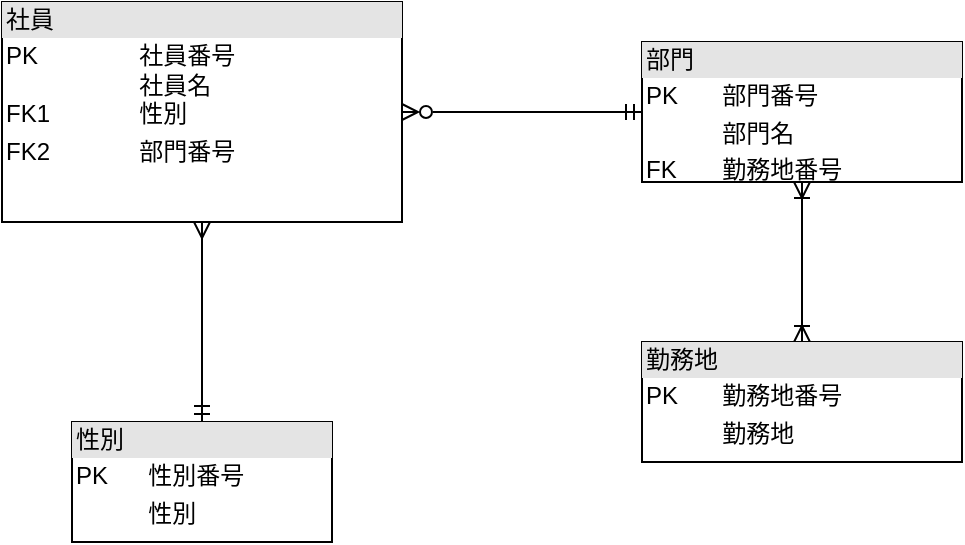
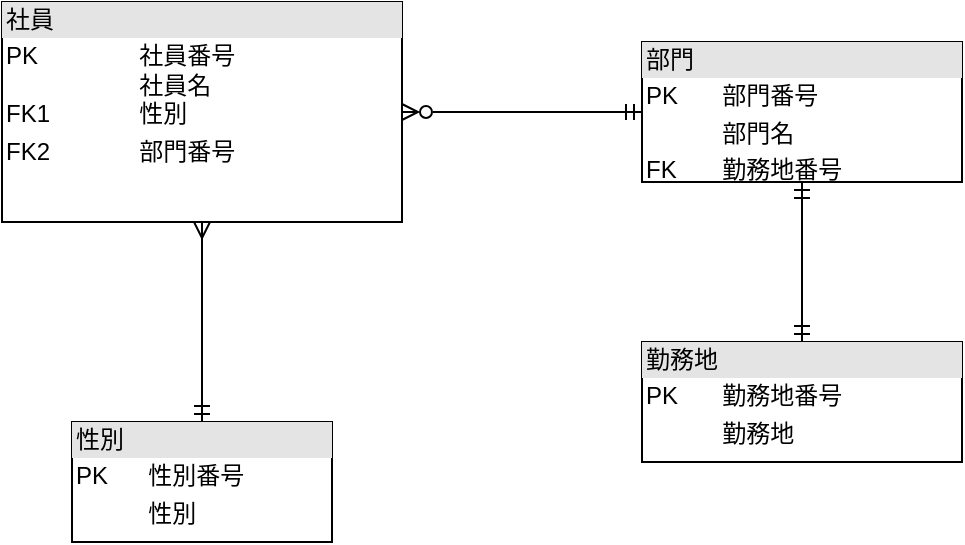
<mxfile host="65bd71144e">
    <diagram id="aHWPeN6R_muNe1XyTK9s" name="ページ1">
        <mxGraphModel dx="469" dy="441" grid="1" gridSize="10" guides="1" tooltips="1" connect="1" arrows="1" fold="1" page="1" pageScale="1" pageWidth="827" pageHeight="1169" math="0" shadow="0">
            <root>
                <mxCell id="0"/>
                <mxCell id="1" parent="0"/>
                <mxCell id="15" style="edgeStyle=none;html=1;exitX=1;exitY=0.5;exitDx=0;exitDy=0;entryX=0;entryY=0.5;entryDx=0;entryDy=0;startArrow=ERzeroToMany;startFill=0;endArrow=ERmandOne;endFill=0;" parent="1" source="13" target="14" edge="1">
                    <mxGeometry relative="1" as="geometry"/>
                </mxCell>
                <mxCell id="19" value="" style="edgeStyle=none;html=1;endArrow=ERmandOne;endFill=0;startArrow=ERmany;startFill=0;" parent="1" source="13" target="18" edge="1">
                    <mxGeometry relative="1" as="geometry"/>
                </mxCell>
                <mxCell id="13" value="&lt;div style=&quot;box-sizing: border-box; width: 100%; background: rgb(228, 228, 228); padding: 2px;&quot;&gt;社員&lt;/div&gt;&lt;table style=&quot;width:100%;font-size:1em;&quot; cellpadding=&quot;2&quot; cellspacing=&quot;0&quot;&gt;&lt;tbody&gt;&lt;tr&gt;&lt;td&gt;PK&lt;br&gt;&lt;br&gt;FK1&lt;/td&gt;&lt;td&gt;社員番号&lt;br&gt;社員名&lt;br&gt;性別&lt;/td&gt;&lt;/tr&gt;&lt;tr&gt;&lt;td&gt;FK2&lt;/td&gt;&lt;td&gt;部門番号&lt;br&gt;&lt;/td&gt;&lt;/tr&gt;&lt;tr&gt;&lt;td&gt;&lt;/td&gt;&lt;td&gt;&lt;br&gt;&lt;/td&gt;&lt;/tr&gt;&lt;/tbody&gt;&lt;/table&gt;" style="verticalAlign=top;align=left;overflow=fill;html=1;whiteSpace=wrap;" parent="1" vertex="1">
                    <mxGeometry x="60" y="130" width="200" height="110" as="geometry"/>
                </mxCell>
-                 <mxCell id="21" value="" style="edgeStyle=none;html=1;startArrow=ERoneToMany;startFill=0;endArrow=ERoneToMany;endFill=0;" edge="1" parent="1" source="14" target="20">
+                 <mxCell id="21" value="" style="edgeStyle=none;html=1;startArrow=ERmandOne;startFill=0;endArrow=ERmandOne;endFill=0;" edge="1" parent="1" source="14" target="20">
                    <mxGeometry relative="1" as="geometry"/>
                </mxCell>
                <mxCell id="14" value="&lt;div style=&quot;box-sizing: border-box; width: 100%; background: rgb(228, 228, 228); padding: 2px;&quot;&gt;部門&lt;/div&gt;&lt;table style=&quot;width:100%;font-size:1em;&quot; cellpadding=&quot;2&quot; cellspacing=&quot;0&quot;&gt;&lt;tbody&gt;&lt;tr&gt;&lt;td&gt;PK&lt;/td&gt;&lt;td&gt;部門番号&lt;/td&gt;&lt;/tr&gt;&lt;tr&gt;&lt;td&gt;&lt;br&gt;&lt;/td&gt;&lt;td&gt;部門名&lt;/td&gt;&lt;/tr&gt;&lt;tr&gt;&lt;td&gt;FK&lt;/td&gt;&lt;td&gt;勤務地番号&lt;/td&gt;&lt;/tr&gt;&lt;/tbody&gt;&lt;/table&gt;" style="verticalAlign=top;align=left;overflow=fill;html=1;whiteSpace=wrap;" parent="1" vertex="1">
                    <mxGeometry x="380" y="150" width="160" height="70" as="geometry"/>
                </mxCell>
                <mxCell id="18" value="&lt;div style=&quot;box-sizing: border-box; width: 100%; background: rgb(228, 228, 228); padding: 2px;&quot;&gt;性別&lt;/div&gt;&lt;table style=&quot;width:100%;font-size:1em;&quot; cellpadding=&quot;2&quot; cellspacing=&quot;0&quot;&gt;&lt;tbody&gt;&lt;tr&gt;&lt;td&gt;PK&lt;/td&gt;&lt;td&gt;性別番号&lt;/td&gt;&lt;/tr&gt;&lt;tr&gt;&lt;td&gt;&lt;br&gt;&lt;/td&gt;&lt;td&gt;性別&lt;/td&gt;&lt;/tr&gt;&lt;tr&gt;&lt;td&gt;&lt;/td&gt;&lt;td&gt;&lt;br&gt;&lt;/td&gt;&lt;/tr&gt;&lt;/tbody&gt;&lt;/table&gt;" style="verticalAlign=top;align=left;overflow=fill;html=1;whiteSpace=wrap;" parent="1" vertex="1">
                    <mxGeometry x="95" y="340" width="130" height="60" as="geometry"/>
                </mxCell>
                <mxCell id="20" value="&lt;div style=&quot;box-sizing: border-box; width: 100%; background: rgb(228, 228, 228); padding: 2px;&quot;&gt;勤務地&lt;/div&gt;&lt;table style=&quot;width:100%;font-size:1em;&quot; cellpadding=&quot;2&quot; cellspacing=&quot;0&quot;&gt;&lt;tbody&gt;&lt;tr&gt;&lt;td&gt;PK&lt;/td&gt;&lt;td&gt;勤務地番号&lt;/td&gt;&lt;/tr&gt;&lt;tr&gt;&lt;td&gt;&lt;br&gt;&lt;/td&gt;&lt;td&gt;勤務地&lt;/td&gt;&lt;/tr&gt;&lt;tr&gt;&lt;td&gt;&lt;/td&gt;&lt;td&gt;&lt;br&gt;&lt;/td&gt;&lt;/tr&gt;&lt;/tbody&gt;&lt;/table&gt;" style="verticalAlign=top;align=left;overflow=fill;html=1;whiteSpace=wrap;" vertex="1" parent="1">
                    <mxGeometry x="380" y="300" width="160" height="60" as="geometry"/>
                </mxCell>
            </root>
        </mxGraphModel>
    </diagram>
</mxfile>